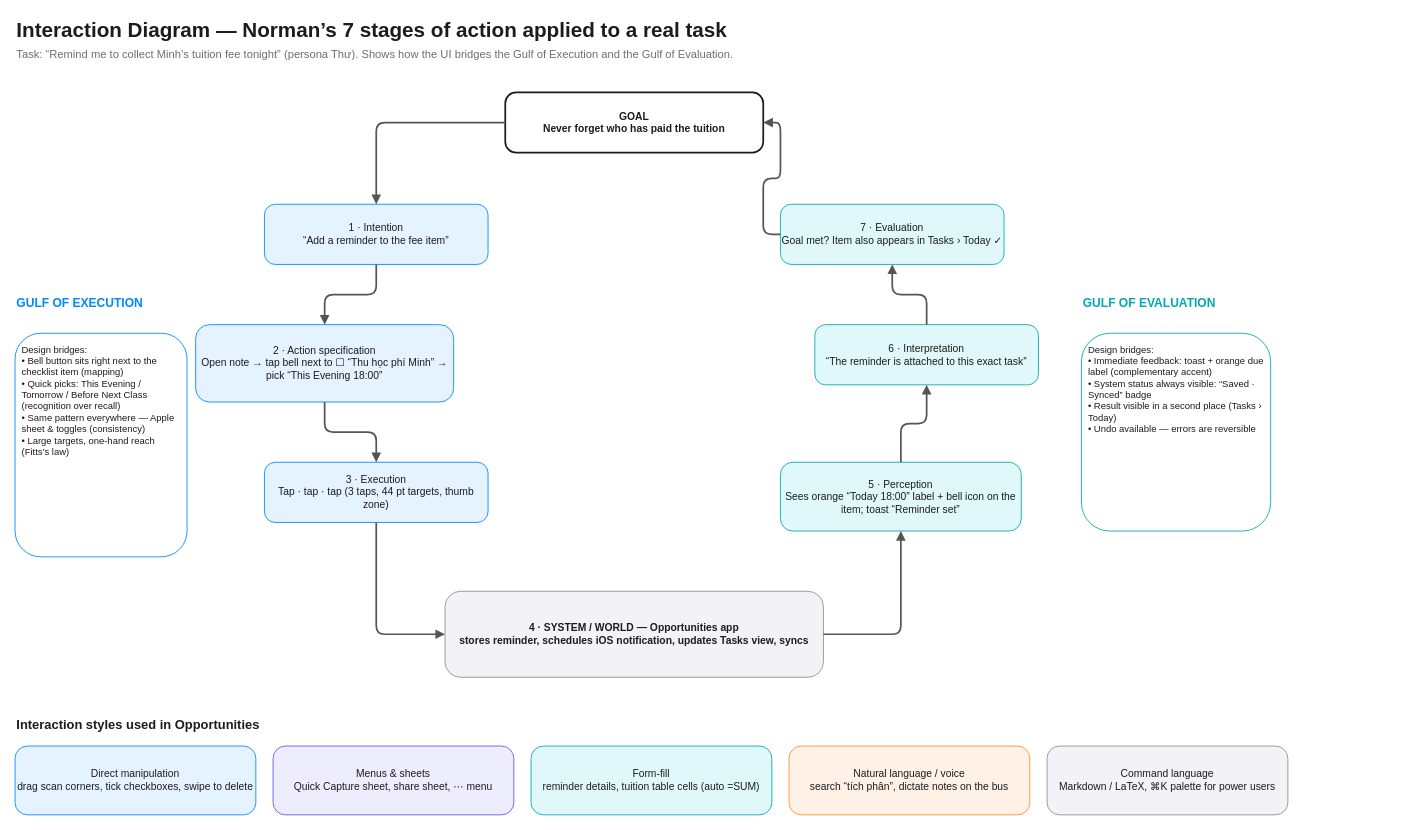
This is page "4. Interaction" (4 of 9) of Opportunities-HCI-diagrams.drawio from AkioCkist/hci, a draw.io file, before an edit. Source tidied: cells renumbered, new cells numbered last; positions are measured from the earlier drawing's top-left corner, leaving out a move shared by most shapes. Both pictures are drawn from the tidied source at 86%, with x=0, y=0 at pixel (15, 15).
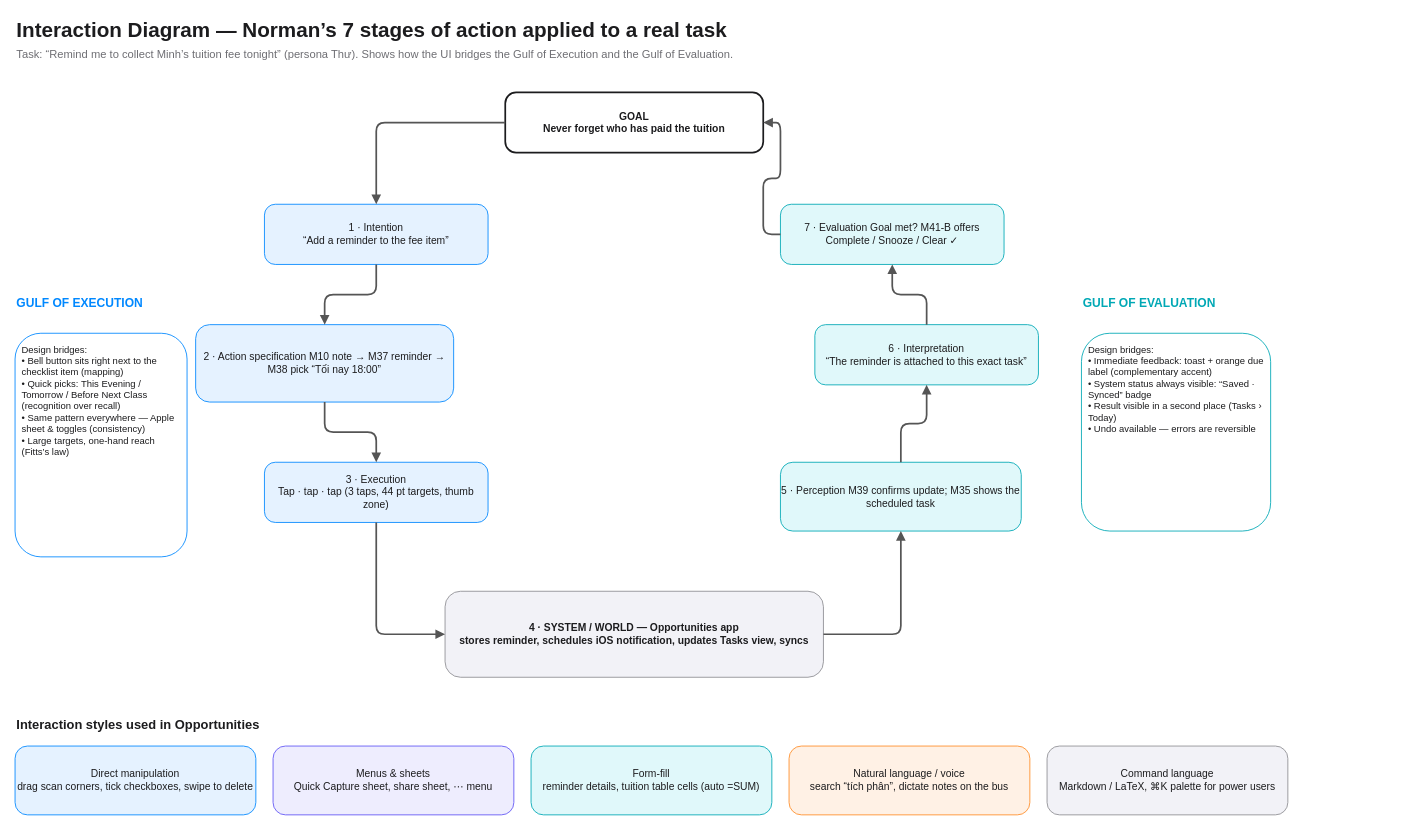
After the change.

Diff of the diagram source:
```diff
@@
-    <mxCell id="6" value="2 · Action specification&lt;br&gt;Open note → tap bell next to ☐ “Thu học phí Minh” → pick “This Evening 18:00”" style="html=1;whiteSpace=wrap;fontFamily=Helvetica;fontColor=#1C1C1E;rounded=1;arcSize=18;fillColor=#E5F2FF;strokeColor=#0088FF;fontSize=12;" parent="1" vertex="1">
+    <mxCell id="6" value="2 · Action specification M10 note → M37 reminder → M38 pick “Tối nay 18:00”" style="html=1;whiteSpace=wrap;fontFamily=Helvetica;fontColor=#1C1C1E;rounded=1;arcSize=18;fillColor=#E5F2FF;strokeColor=#0088FF;fontSize=12;" parent="1" vertex="1">
       <mxGeometry x="210" y="360" width="300" height="90" as="geometry" />
     </mxCell>
@@
-    <mxCell id="8" value="5 · Perception&lt;br&gt;Sees orange “Today 18:00” label + bell icon on the item; toast “Reminder set”" style="html=1;whiteSpace=wrap;fontFamily=Helvetica;fontColor=#1C1C1E;rounded=1;arcSize=18;fillColor=#E0F8FA;strokeColor=#00A8B5;fontSize=12;" parent="1" vertex="1">
+    <mxCell id="8" value="5 · Perception M39 confirms update; M35 shows the scheduled task" style="html=1;whiteSpace=wrap;fontFamily=Helvetica;fontColor=#1C1C1E;rounded=1;arcSize=18;fillColor=#E0F8FA;strokeColor=#00A8B5;fontSize=12;" parent="1" vertex="1">
       <mxGeometry x="890" y="520" width="280" height="80" as="geometry" />
     </mxCell>
@@
-    <mxCell id="10" value="7 · Evaluation&lt;br&gt;Goal met? Item also appears in Tasks › Today ✓" style="html=1;whiteSpace=wrap;fontFamily=Helvetica;fontColor=#1C1C1E;rounded=1;arcSize=18;fillColor=#E0F8FA;strokeColor=#00A8B5;fontSize=12;" parent="1" vertex="1">
+    <mxCell id="10" value="7 · Evaluation Goal met? M41-B offers Complete / Snooze / Clear ✓" style="html=1;whiteSpace=wrap;fontFamily=Helvetica;fontColor=#1C1C1E;rounded=1;arcSize=18;fillColor=#E0F8FA;strokeColor=#00A8B5;fontSize=12;" parent="1" vertex="1">
       <mxGeometry x="890" y="220" width="260" height="70" as="geometry" />
     </mxCell>
```
